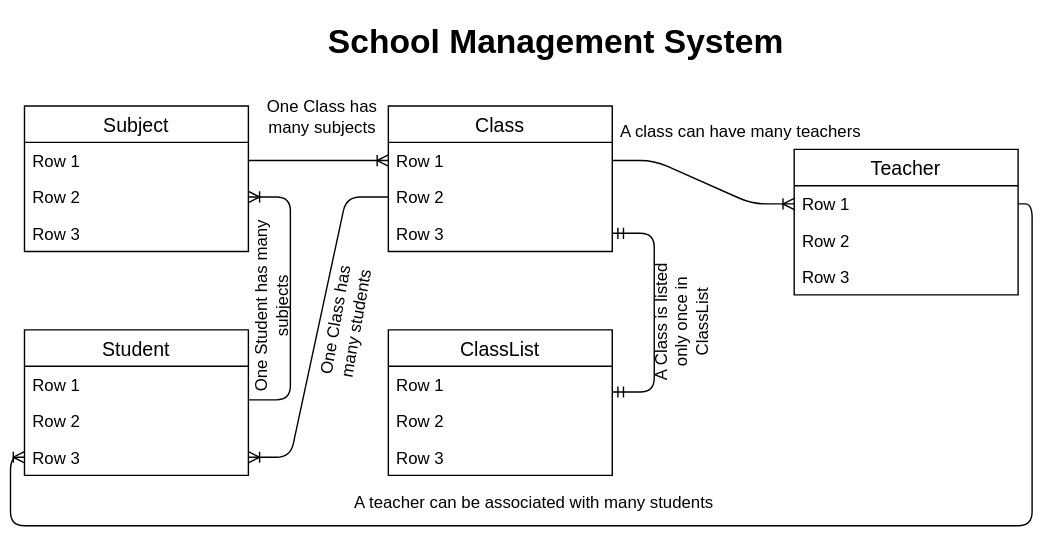
The draw.io diagram SQL/SchoolManagementSystem.svg in learninguser/EdYoda-HTML-CSS-Modules, before a commit. Source tidied: cells renumbered, new cells last; positions are measured from the earlier drawing's top-left corner, leaving out a move shared by most shapes.
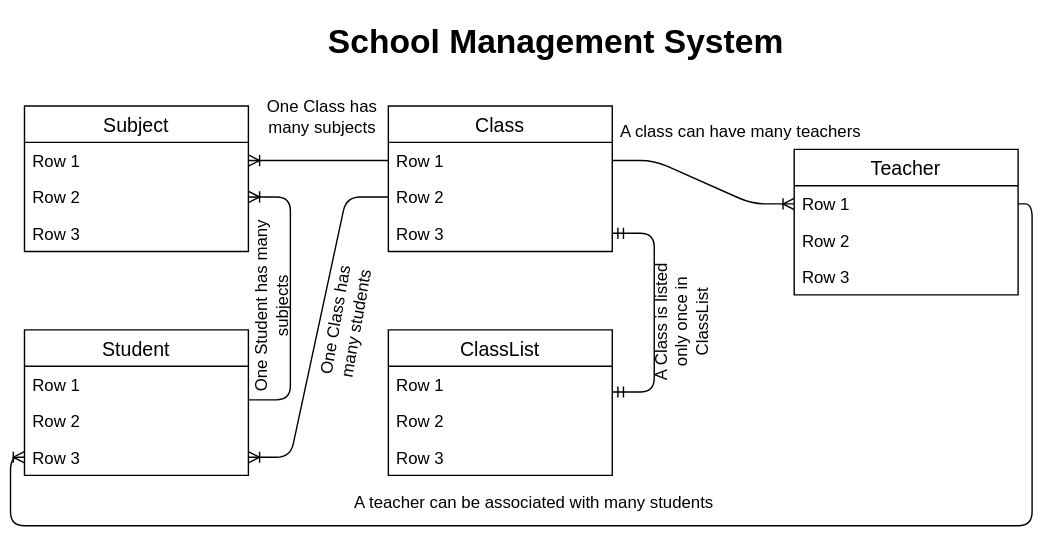
After the commit.

What changed in the source:
```diff
@@ -64,7 +64,7 @@
     <mxCell id="21" value="One Class has many students" style="text;html=1;strokeColor=none;fillColor=none;align=center;verticalAlign=middle;whiteSpace=wrap;rounded=0;rotation=-80;" parent="1" vertex="1">
       <mxGeometry x="190" y="210" width="100" height="28.8" as="geometry" />
     </mxCell>
-    <mxCell id="22" style="edgeStyle=entityRelationEdgeStyle;fontSize=12;html=1;endArrow=ERoneToMany;entryX=0;entryY=0.5;entryDx=0;entryDy=0;exitX=1;exitY=0.5;exitDx=0;exitDy=0;" parent="1" edge="1" source="3" target="11">
+    <mxCell id="22" style="fontSize=12;html=1;endArrow=ERoneToMany;exitX=0;exitY=0.5;exitDx=0;exitDy=0;" parent="1" edge="1" source="11" target="3">
       <mxGeometry relative="1" as="geometry" />
     </mxCell>
     <mxCell id="23" value="One Class has many subjects" style="text;html=1;strokeColor=none;fillColor=none;align=center;verticalAlign=middle;whiteSpace=wrap;rounded=0;rotation=0;" parent="1" vertex="1">
```
